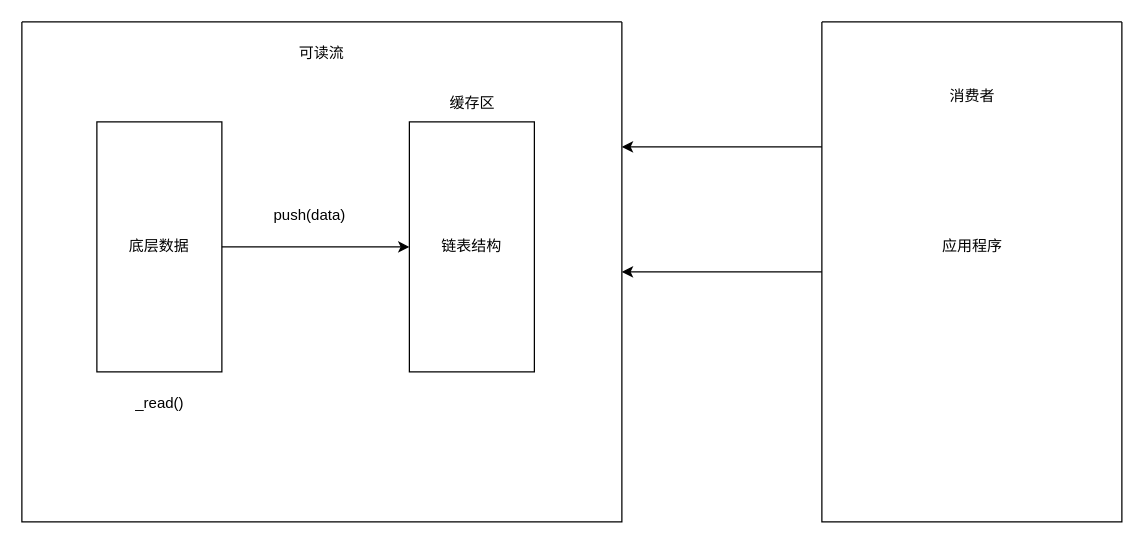
Above: page "stream" (2 of 2) of node/core_module/core_module.drawio in yzqzy/notes (draw.io), before the change. Source tidied: cells renumbered, new cells numbered last; positions are measured from the earlier drawing's top-left corner, leaving out a move shared by most shapes. Both pictures are drawn from the tidied source at 125%, with x=0, y=0 at pixel (21, 21).
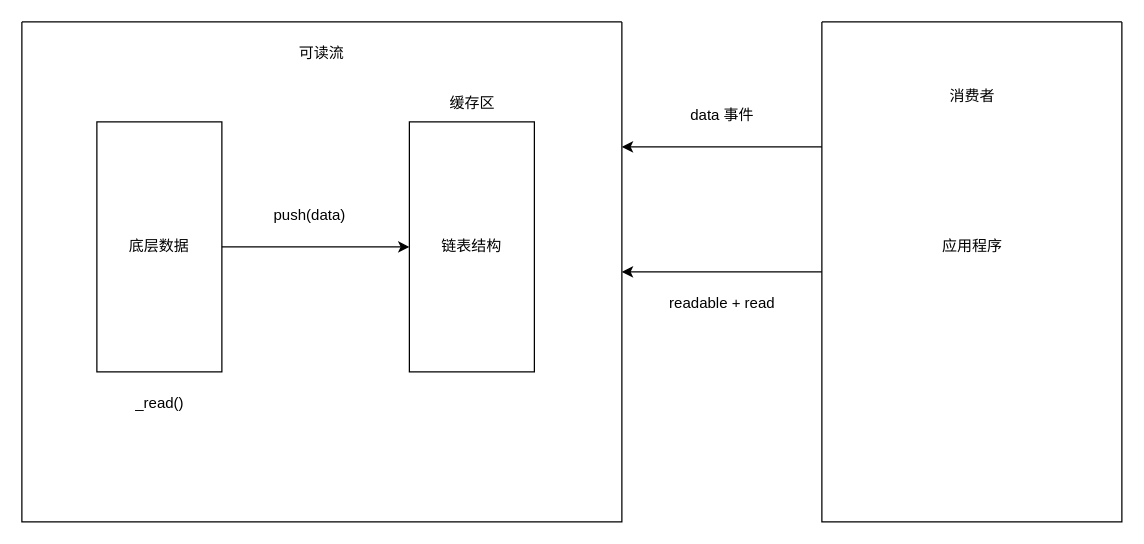
Above is the later version.

Diff of the diagram source:
```diff
@@
 <mxGraphModel>
   <root>
     <mxCell id="0" />
     <mxCell id="1" parent="0" />
     <mxCell id="2" style="swimlane;startSize=0;" parent="1" vertex="1">
       <mxGeometry width="480" height="400" as="geometry" />
     </mxCell>
     <mxCell id="3" value="可读流" style="text;html=1;strokeColor=none;fillColor=none;align=center;verticalAlign=middle;whiteSpace=wrap;rounded=0;" parent="2" vertex="1">
       <mxGeometry x="210" y="10" width="60" height="30" as="geometry" />
     </mxCell>
     <mxCell id="4" value="底层数据" style="rounded=0;whiteSpace=wrap;html=1;" parent="2" vertex="1">
       <mxGeometry x="60" y="80" width="100" height="200" as="geometry" />
     </mxCell>
     <mxCell id="5" value="链表结构" style="rounded=0;whiteSpace=wrap;html=1;" parent="2" vertex="1">
       <mxGeometry x="310" y="80" width="100" height="200" as="geometry" />
     </mxCell>
     <mxCell id="6" value="缓存区" style="text;html=1;align=center;verticalAlign=middle;strokeColor=none;fillColor=none;" parent="2" vertex="1">
       <mxGeometry x="330" y="50" width="60" height="30" as="geometry" />
     </mxCell>
     <mxCell id="7" style="endArrow=classic;html=1;rounded=0;exitX=1;exitY=0.5;exitDx=0;exitDy=0;entryX=0;entryY=0.5;entryDx=0;entryDy=0;" parent="2" edge="1" source="4" target="5">
       <mxGeometry relative="1" as="geometry" />
     </mxCell>
     <mxCell id="8" value="push(data)" style="text;html=1;align=center;verticalAlign=middle;strokeColor=none;fillColor=none;" parent="2" vertex="1">
       <mxGeometry x="190" y="140" width="80" height="30" as="geometry" />
     </mxCell>
     <mxCell id="9" value="_read()" style="text;html=1;align=center;verticalAlign=middle;strokeColor=none;fillColor=none;" parent="2" vertex="1">
       <mxGeometry x="80" y="290" width="60" height="30" as="geometry" />
     </mxCell>
     <mxCell id="10" style="swimlane;startSize=0;" parent="1" vertex="1">
       <mxGeometry x="640" width="240" height="400" as="geometry" />
     </mxCell>
     <mxCell id="11" value="应用程序" style="text;html=1;align=center;verticalAlign=middle;strokeColor=none;fillColor=none;" parent="10" vertex="1">
       <mxGeometry x="85" y="165" width="70" height="30" as="geometry" />
     </mxCell>
     <mxCell id="12" value="消费者" style="text;html=1;align=center;verticalAlign=middle;strokeColor=none;fillColor=none;" parent="1" vertex="1">
       <mxGeometry x="730" y="45" width="60" height="30" as="geometry" />
     </mxCell>
     <mxCell id="13" style="endArrow=classic;html=1;rounded=0;entryX=1;entryY=0.25;entryDx=0;entryDy=0;exitX=0;exitY=0.25;exitDx=0;exitDy=0;" parent="1" edge="1" source="10" target="2">
       <mxGeometry relative="1" as="geometry" />
     </mxCell>
     <mxCell id="14" style="endArrow=classic;html=1;rounded=0;entryX=1;entryY=0.5;entryDx=0;entryDy=0;exitX=0;exitY=0.5;exitDx=0;exitDy=0;" parent="1" edge="1" source="10" target="2">
       <mxGeometry relative="1" as="geometry" />
     </mxCell>
+    <mxCell id="15" value="data 事件" style="text;html=1;align=center;verticalAlign=middle;strokeColor=none;fillColor=none;" parent="1" vertex="1">
+      <mxGeometry x="525" y="60" width="70" height="30" as="geometry" />
+    </mxCell>
+    <mxCell id="16" value="readable + read" style="text;html=1;align=center;verticalAlign=middle;strokeColor=none;fillColor=none;" parent="1" vertex="1">
+      <mxGeometry x="505" y="210" width="110" height="30" as="geometry" />
+    </mxCell>
   </root>
 </mxGraphModel>
```
